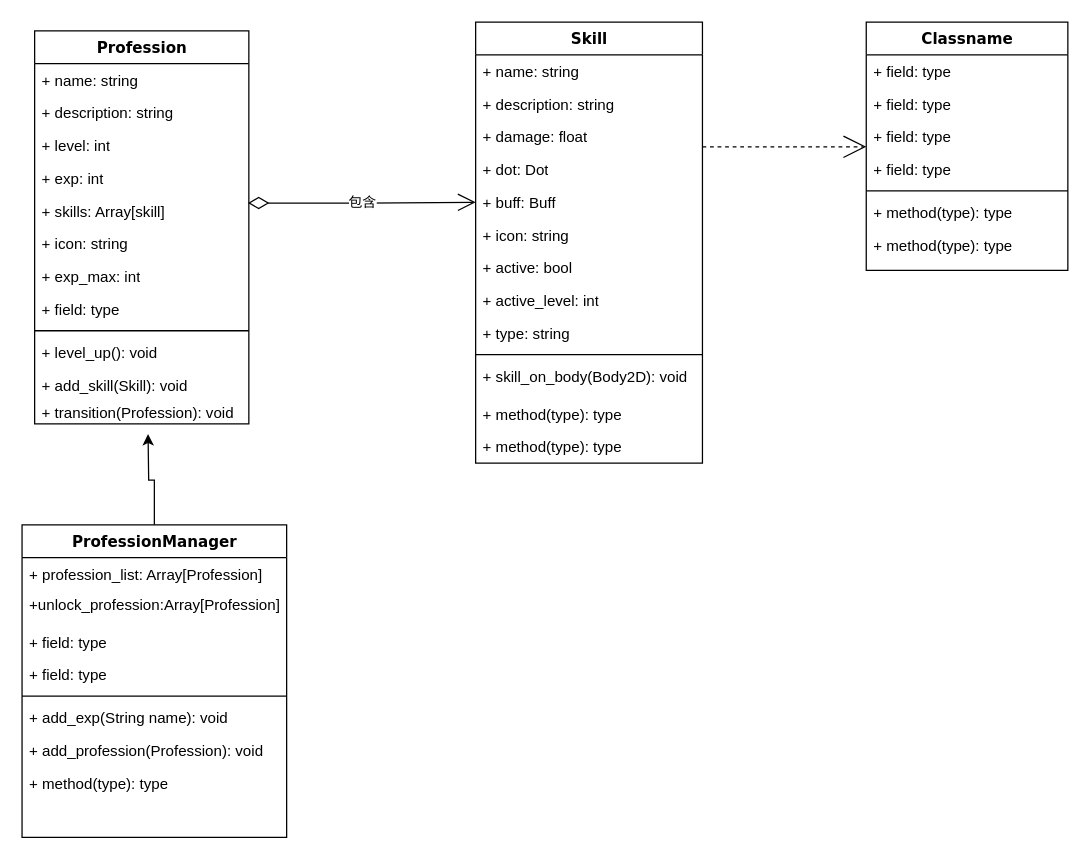
Earlier version of the draw.io diagram 职业/等级系统.drawio (ssw940521/archerBackend). Source tidied: cells renumbered, new cells numbered last; positions are measured from the earlier drawing's top-left corner, leaving out a move shared by most shapes. Both pictures are drawn from the tidied source at 126%, with x=0, y=0 at pixel (21, 21).
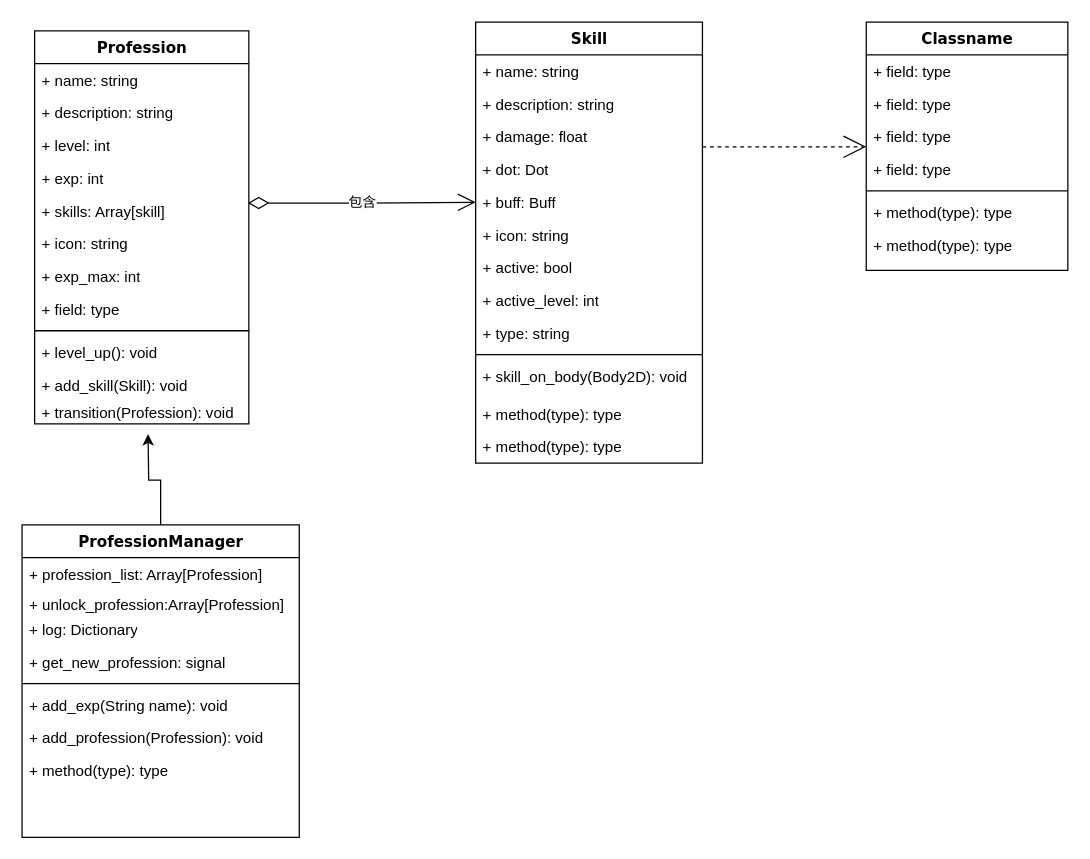
The same diagram, later.

Commit message (it also covers changes not shown here):
更新等级系统.drawio

What changed in the source:
```diff
@@
     <mxCell id="39" value="ProfessionManager" style="swimlane;html=1;fontStyle=1;align=center;verticalAlign=top;horizontal=1;startSize=26;swimlaneFillColor=#ffffff;rounded=0;shadow=0;comic=0;labelBackgroundColor=none;strokeWidth=1;fillColor=none;fontFamily=Verdana;fontSize=12;" parent="1" vertex="1">
-      <mxGeometry y="399" width="210" height="248" as="geometry" />
+      <mxGeometry y="399" width="220" height="248" as="geometry" />
     </mxCell>
     <mxCell id="40" value="+ profession_list: Array[Profession]" style="text;html=1;strokeColor=none;fillColor=none;align=left;verticalAlign=top;spacingLeft=4;spacingRight=4;whiteSpace=wrap;overflow=hidden;" parent="39" vertex="1">
-      <mxGeometry y="26" width="210" height="24" as="geometry" />
+      <mxGeometry y="26" width="220" height="24" as="geometry" />
     </mxCell>
-    <mxCell id="41" value="+unlock_profession:Array[Profession]" style="text;html=1;strokeColor=none;fillColor=none;align=left;verticalAlign=top;spacingLeft=4;spacingRight=4;whiteSpace=wrap;overflow=hidden;" parent="39" vertex="1">
-      <mxGeometry y="50" width="210" height="30" as="geometry" />
+    <mxCell id="41" value="+ unlock_profession:Array[Profession]" style="text;html=1;strokeColor=none;fillColor=none;align=left;verticalAlign=top;spacingLeft=4;spacingRight=4;whiteSpace=wrap;overflow=hidden;" parent="39" vertex="1">
+      <mxGeometry y="50" width="220" height="20" as="geometry" />
     </mxCell>
-    <mxCell id="42" value="+ field: type" style="text;html=1;strokeColor=none;fillColor=none;align=left;verticalAlign=top;spacingLeft=4;spacingRight=4;whiteSpace=wrap;overflow=hidden;" parent="39" vertex="1">
-      <mxGeometry y="80" width="210" height="26" as="geometry" />
+    <mxCell id="42" value="+ log: Dictionary" style="text;html=1;strokeColor=none;fillColor=none;align=left;verticalAlign=top;spacingLeft=4;spacingRight=4;whiteSpace=wrap;overflow=hidden;" parent="39" vertex="1">
+      <mxGeometry y="70" width="220" height="26" as="geometry" />
     </mxCell>
-    <mxCell id="43" value="+ field: type" style="text;html=1;strokeColor=none;fillColor=none;align=left;verticalAlign=top;spacingLeft=4;spacingRight=4;whiteSpace=wrap;overflow=hidden;" parent="39" vertex="1">
-      <mxGeometry y="106" width="210" height="26" as="geometry" />
+    <mxCell id="43" value="+ get_new_profession: signal" style="text;html=1;strokeColor=none;fillColor=none;align=left;verticalAlign=top;spacingLeft=4;spacingRight=4;whiteSpace=wrap;overflow=hidden;" parent="39" vertex="1">
+      <mxGeometry y="96" width="220" height="26" as="geometry" />
     </mxCell>
     <mxCell id="44" style="line;html=1;strokeWidth=1;fillColor=none;align=left;verticalAlign=middle;spacingTop=-1;spacingLeft=3;spacingRight=3;labelPosition=right;" parent="39" vertex="1">
-      <mxGeometry y="132" width="210" height="8" as="geometry" />
+      <mxGeometry y="122" width="220" height="8" as="geometry" />
     </mxCell>
     <mxCell id="45" value="+ add_exp(String name): void" style="text;html=1;strokeColor=none;fillColor=none;align=left;verticalAlign=top;spacingLeft=4;spacingRight=4;whiteSpace=wrap;overflow=hidden;" parent="39" vertex="1">
-      <mxGeometry y="140" width="210" height="26" as="geometry" />
+      <mxGeometry y="130" width="220" height="26" as="geometry" />
     </mxCell>
     <mxCell id="46" value="+ add_profession(Profession): void" style="text;html=1;strokeColor=none;fillColor=none;align=left;verticalAlign=top;spacingLeft=4;spacingRight=4;whiteSpace=wrap;overflow=hidden;" parent="39" vertex="1">
-      <mxGeometry y="166" width="210" height="26" as="geometry" />
+      <mxGeometry y="156" width="220" height="26" as="geometry" />
     </mxCell>
     <mxCell id="47" value="+ method(type): type" style="text;html=1;strokeColor=none;fillColor=none;align=left;verticalAlign=top;spacingLeft=4;spacingRight=4;whiteSpace=wrap;overflow=hidden;" parent="39" vertex="1">
-      <mxGeometry y="192" width="210" height="26" as="geometry" />
+      <mxGeometry y="182" width="220" height="26" as="geometry" />
     </mxCell>
```
